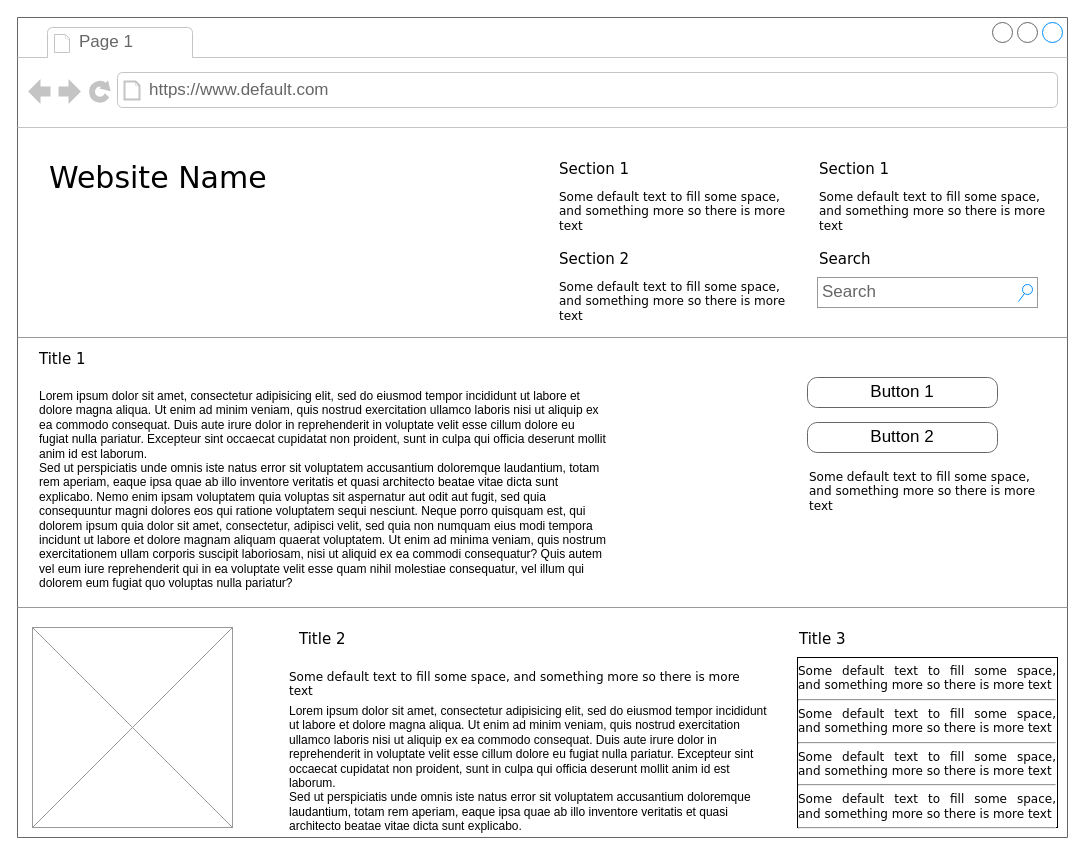
This is 未命名绘图.drawio from YouAnCao/doc, a draw.io file, before an edit. Source tidied: cells renumbered, new cells numbered last; positions are measured from the earlier drawing's top-left corner, leaving out a move shared by most shapes. Both pictures are drawn from the tidied source at 100%, with x=0, y=0 at pixel (17, 17).
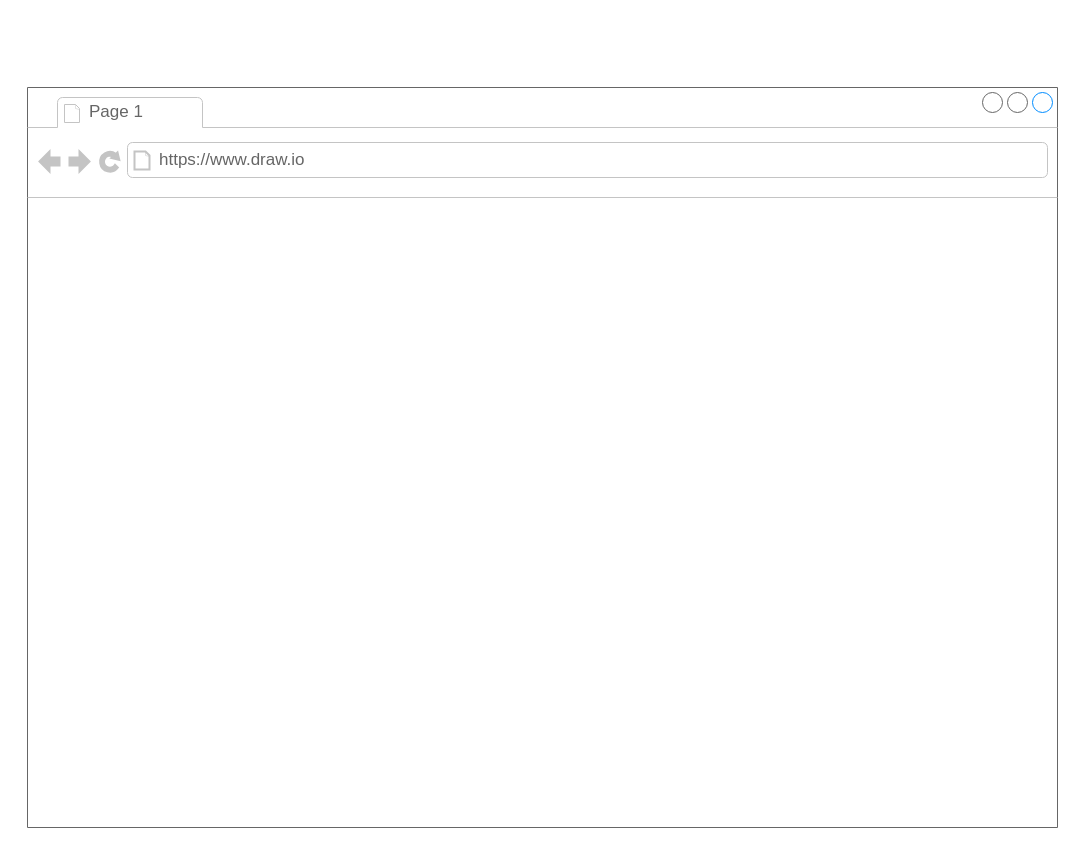
The same diagram, later.

Commit message (it also covers changes not shown here):
更新未命名绘图.drawio

Change to the diagram source:
```diff
@@
-    <mxCell id="2" style="strokeWidth=1;shadow=0;dashed=0;align=center;html=1;shape=mxgraph.mockup.containers.browserWindow;rSize=0;strokeColor=#666666;mainText=,;rounded=0;labelBackgroundColor=none;fontFamily=Verdana;fontSize=12;" parent="1" vertex="1">
-      <mxGeometry width="1050" height="820" as="geometry" />
-    </mxCell>
+    <mxCell id="27" style="strokeWidth=1;shadow=0;dashed=0;align=center;html=1;shape=mxgraph.mockup.containers.browserWindow;rSize=0;strokeColor=#666666;strokeColor2=#008cff;strokeColor3=#c4c4c4;mainText=,;" parent="1" vertex="1">
+      <mxGeometry x="10" y="70" width="1030" height="740" as="geometry" />
+    </mxCell>
-    <mxCell id="3" value="Page 1" style="strokeWidth=1;shadow=0;dashed=0;align=center;html=1;shape=mxgraph.mockup.containers.anchor;fontSize=17;fontColor=#666666;align=left;" parent="2" vertex="1">
+    <mxCell id="3" value="Page 1" style="strokeWidth=1;shadow=0;dashed=0;align=center;html=1;shape=mxgraph.mockup.containers.anchor;fontSize=17;fontColor=#666666;align=left;" parent="27" vertex="1">
       <mxGeometry x="60" y="12" width="110" height="26" as="geometry" />
     </mxCell>
-    <mxCell id="4" value="https://www.default.com" style="strokeWidth=1;shadow=0;dashed=0;align=center;html=1;shape=mxgraph.mockup.containers.anchor;rSize=0;fontSize=17;fontColor=#666666;align=left;" parent="2" vertex="1">
-      <mxGeometry x="130" y="60" width="250" height="26" as="geometry" />
-    </mxCell>
-    <mxCell id="5" value="Website Name" style="text;html=1;align=left;verticalAlign=top;spacingTop=-4;fontSize=30;fontFamily=Verdana;" parent="2" vertex="1">
-      <mxGeometry x="30" y="140" width="340" height="50" as="geometry" />
-    </mxCell>
-    <mxCell id="6" value="Section 1" style="text;html=1;align=left;verticalAlign=top;spacingTop=-4;fontSize=15;fontFamily=Verdana;" parent="2" vertex="1">
-      <mxGeometry x="540" y="140" width="170" height="30" as="geometry" />
-    </mxCell>
-    <mxCell id="7" value="Some default text to fill some space, and&amp;nbsp;&lt;span&gt;something more so there is more text&lt;/span&gt;" style="text;html=1;align=left;verticalAlign=top;spacingTop=-4;fontSize=12;fontFamily=Verdana;whiteSpace=wrap;" parent="2" vertex="1">
-      <mxGeometry x="540" y="170" width="240" height="40" as="geometry" />
-    </mxCell>
-    <mxCell id="8" value="Section 2" style="text;html=1;align=left;verticalAlign=top;spacingTop=-4;fontSize=15;fontFamily=Verdana;" parent="2" vertex="1">
-      <mxGeometry x="540" y="230" width="170" height="30" as="geometry" />
-    </mxCell>
-    <mxCell id="9" value="Some default text to fill some space, and&amp;nbsp;&lt;span&gt;something more so there is more text&lt;/span&gt;" style="text;html=1;align=left;verticalAlign=top;spacingTop=-4;fontSize=12;fontFamily=Verdana;whiteSpace=wrap;" parent="2" vertex="1">
-      <mxGeometry x="540" y="260" width="240" height="40" as="geometry" />
-    </mxCell>
-    <mxCell id="10" value="Section 1" style="text;html=1;align=left;verticalAlign=top;spacingTop=-4;fontSize=15;fontFamily=Verdana;" parent="2" vertex="1">
-      <mxGeometry x="800" y="140" width="170" height="30" as="geometry" />
-    </mxCell>
-    <mxCell id="11" value="Some default text to fill some space, and&amp;nbsp;&lt;span&gt;something more so there is more text&lt;/span&gt;" style="text;html=1;align=left;verticalAlign=top;spacingTop=-4;fontSize=12;fontFamily=Verdana;whiteSpace=wrap;" parent="2" vertex="1">
-      <mxGeometry x="800" y="170" width="240" height="40" as="geometry" />
-    </mxCell>
-    <mxCell id="12" value="Search" style="text;html=1;align=left;verticalAlign=top;spacingTop=-4;fontSize=15;fontFamily=Verdana;" parent="2" vertex="1">
-      <mxGeometry x="800" y="230" width="170" height="30" as="geometry" />
-    </mxCell>
-    <mxCell id="13" value="Search" style="strokeWidth=1;shadow=0;dashed=0;align=center;html=1;shape=mxgraph.mockup.forms.searchBox;strokeColor=#999999;mainText=;strokeColor2=#008cff;fontColor=#666666;fontSize=17;align=left;spacingLeft=3;rounded=0;labelBackgroundColor=none;" parent="2" vertex="1">
-      <mxGeometry x="800" y="260" width="220" height="30" as="geometry" />
-    </mxCell>
-    <mxCell id="14" style="verticalLabelPosition=bottom;shadow=0;dashed=0;align=center;html=1;verticalAlign=top;strokeWidth=1;shape=mxgraph.mockup.markup.line;strokeColor=#999999;rounded=0;labelBackgroundColor=none;fillColor=#ffffff;fontFamily=Verdana;fontSize=12;fontColor=#000000;" parent="2" vertex="1">
-      <mxGeometry y="310" width="1050" height="20" as="geometry" />
-    </mxCell>
-    <mxCell id="15" value="Title 1" style="text;html=1;align=left;verticalAlign=top;spacingTop=-4;fontSize=15;fontFamily=Verdana;" parent="2" vertex="1">
-      <mxGeometry x="20" y="330" width="170" height="30" as="geometry" />
-    </mxCell>
-    <mxCell id="16" value="Lorem ipsum dolor sit amet, consectetur adipisicing elit, sed do eiusmod tempor incididunt ut labore et dolore magna aliqua. Ut enim ad minim veniam, quis nostrud exercitation ullamco laboris nisi ut aliquip ex ea commodo consequat. Duis aute irure dolor in reprehenderit in voluptate velit esse cillum dolore eu fugiat nulla pariatur. Excepteur sint occaecat cupidatat non proident, sunt in culpa qui officia deserunt mollit anim id est laborum.&#10;Sed ut perspiciatis unde omnis iste natus error sit voluptatem accusantium doloremque laudantium, totam rem aperiam, eaque ipsa quae ab illo inventore veritatis et quasi architecto beatae vitae dicta sunt explicabo. Nemo enim ipsam voluptatem quia voluptas sit aspernatur aut odit aut fugit, sed quia consequuntur magni dolores eos qui ratione voluptatem sequi nesciunt. Neque porro quisquam est, qui dolorem ipsum quia dolor sit amet, consectetur, adipisci velit, sed quia non numquam eius modi tempora incidunt ut labore et dolore magnam aliquam quaerat voluptatem. Ut enim ad minima veniam, quis nostrum exercitationem ullam corporis suscipit laboriosam, nisi ut aliquid ex ea commodi consequatur? Quis autem vel eum iure reprehenderit qui in ea voluptate velit esse quam nihil molestiae consequatur, vel illum qui dolorem eum fugiat quo voluptas nulla pariatur?" style="text;spacingTop=-5;whiteSpace=wrap;html=1;align=left;fontSize=12;fontFamily=Helvetica;fillColor=none;strokeColor=none;rounded=0;shadow=1;labelBackgroundColor=none;" parent="2" vertex="1">
-      <mxGeometry x="20" y="370" width="570" height="240" as="geometry" />
-    </mxCell>
-    <mxCell id="17" value="Button 1" style="strokeWidth=1;shadow=0;dashed=0;align=center;html=1;shape=mxgraph.mockup.buttons.button;strokeColor=#666666;mainText=;buttonStyle=round;fontSize=17;fontStyle=0;fillColor=none;whiteSpace=wrap;rounded=0;labelBackgroundColor=none;" parent="2" vertex="1">
-      <mxGeometry x="790" y="360" width="190" height="30" as="geometry" />
-    </mxCell>
-    <mxCell id="18" value="Button 2" style="strokeWidth=1;shadow=0;dashed=0;align=center;html=1;shape=mxgraph.mockup.buttons.button;strokeColor=#666666;mainText=;buttonStyle=round;fontSize=17;fontStyle=0;fillColor=none;whiteSpace=wrap;rounded=0;labelBackgroundColor=none;" parent="2" vertex="1">
-      <mxGeometry x="790" y="405" width="190" height="30" as="geometry" />
-    </mxCell>
-    <mxCell id="19" value="Some default text to fill some space, and&amp;nbsp;&lt;span&gt;something more so there is more text&lt;/span&gt;" style="text;html=1;align=left;verticalAlign=top;spacingTop=-4;fontSize=12;fontFamily=Verdana;whiteSpace=wrap;" parent="2" vertex="1">
-      <mxGeometry x="790" y="450" width="240" height="40" as="geometry" />
-    </mxCell>
-    <mxCell id="20" style="verticalLabelPosition=bottom;shadow=0;dashed=0;align=center;html=1;verticalAlign=top;strokeWidth=1;shape=mxgraph.mockup.markup.line;strokeColor=#999999;rounded=0;labelBackgroundColor=none;fillColor=#ffffff;fontFamily=Verdana;fontSize=12;fontColor=#000000;" parent="2" vertex="1">
-      <mxGeometry y="580" width="1050" height="20" as="geometry" />
-    </mxCell>
-    <mxCell id="21" style="verticalLabelPosition=bottom;shadow=0;dashed=0;align=center;html=1;verticalAlign=top;strokeWidth=1;shape=mxgraph.mockup.graphics.simpleIcon;strokeColor=#999999;fillColor=#ffffff;rounded=0;labelBackgroundColor=none;fontFamily=Verdana;fontSize=12;fontColor=#000000;" parent="2" vertex="1">
-      <mxGeometry x="15" y="610" width="200" height="200" as="geometry" />
-    </mxCell>
-    <mxCell id="22" value="Title 2" style="text;html=1;align=left;verticalAlign=top;spacingTop=-4;fontSize=15;fontFamily=Verdana;" parent="2" vertex="1">
-      <mxGeometry x="280" y="610" width="170" height="30" as="geometry" />
-    </mxCell>
-    <mxCell id="23" value="Title 3" style="text;html=1;align=left;verticalAlign=top;spacingTop=-4;fontSize=15;fontFamily=Verdana;" parent="2" vertex="1">
-      <mxGeometry x="780" y="610" width="170" height="30" as="geometry" />
-    </mxCell>
-    <mxCell id="24" value="&lt;div style=&quot;text-align: justify&quot;&gt;&lt;span&gt;Some default text to fill some space, and&amp;nbsp;&lt;/span&gt;&lt;span&gt;something more so there is more text&lt;/span&gt;&lt;/div&gt;&lt;div style=&quot;text-align: justify&quot;&gt;&lt;hr id=&quot;null&quot; style=&quot;text-align: justify&quot;&gt;&lt;span&gt;&lt;div style=&quot;text-align: justify&quot;&gt;&lt;span&gt;Some default text to fill some space, and&amp;nbsp;&lt;/span&gt;&lt;span&gt;something more so there is more text&lt;/span&gt;&lt;/div&gt;&lt;/span&gt;&lt;/div&gt;&lt;hr id=&quot;null&quot; style=&quot;text-align: justify&quot;&gt;&lt;span&gt;&lt;div style=&quot;text-align: justify&quot;&gt;&lt;span&gt;Some default text to fill some space, and&amp;nbsp;&lt;/span&gt;&lt;span&gt;something more so there is more text&lt;/span&gt;&lt;/div&gt;&lt;/span&gt;&lt;hr id=&quot;null&quot; style=&quot;text-align: justify&quot;&gt;&lt;span&gt;&lt;div style=&quot;text-align: justify&quot;&gt;&lt;span&gt;Some default text to fill some space, and&amp;nbsp;&lt;/span&gt;&lt;span&gt;something more so there is more text&lt;/span&gt;&lt;/div&gt;&lt;/span&gt;&lt;hr id=&quot;null&quot; style=&quot;text-align: left&quot;&gt;" style="whiteSpace=wrap;html=1;rounded=0;shadow=0;labelBackgroundColor=none;strokeWidth=1;fontFamily=Verdana;fontSize=12;align=center;verticalAlign=top;" parent="2" vertex="1">
-      <mxGeometry x="780" y="640" width="260" height="170" as="geometry" />
-    </mxCell>
-    <mxCell id="25" value="Some default text to fill some space, and&amp;nbsp;&lt;span&gt;something more so there is more text&lt;/span&gt;" style="text;html=1;align=left;verticalAlign=top;spacingTop=-4;fontSize=12;fontFamily=Verdana;whiteSpace=wrap;" parent="2" vertex="1">
-      <mxGeometry x="270" y="650" width="470" height="40" as="geometry" />
-    </mxCell>
-    <mxCell id="26" value="Lorem ipsum dolor sit amet, consectetur adipisicing elit, sed do eiusmod tempor incididunt ut labore et dolore magna aliqua. Ut enim ad minim veniam, quis nostrud exercitation ullamco laboris nisi ut aliquip ex ea commodo consequat. Duis aute irure dolor in reprehenderit in voluptate velit esse cillum dolore eu fugiat nulla pariatur. Excepteur sint occaecat cupidatat non proident, sunt in culpa qui officia deserunt mollit anim id est laborum.&lt;br&gt;Sed ut perspiciatis unde omnis iste natus error sit voluptatem accusantium doloremque laudantium, totam rem aperiam, eaque ipsa quae ab illo inventore veritatis et quasi architecto beatae vitae dicta sunt explicabo.&amp;nbsp;" style="text;spacingTop=-5;whiteSpace=wrap;html=1;align=left;fontSize=12;fontFamily=Helvetica;fillColor=none;strokeColor=none;rounded=0;shadow=1;labelBackgroundColor=none;" parent="1" vertex="1">
-      <mxGeometry x="270" y="685" width="490" height="125" as="geometry" />
-    </mxCell>
+    <mxCell id="28" value="https://www.draw.io" style="strokeWidth=1;shadow=0;dashed=0;align=center;html=1;shape=mxgraph.mockup.containers.anchor;rSize=0;fontSize=17;fontColor=#666666;align=left;" parent="27" vertex="1">
+      <mxGeometry x="130" y="60" width="250" height="26" as="geometry" />
+    </mxCell>
```
